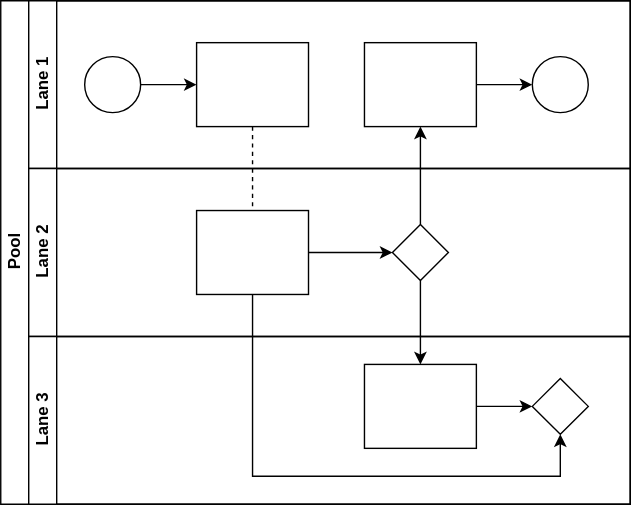
Before: EE_logic_diagram.drawio.svg, a diagram exported from draw.io (linview/octopus_cicd). Source tidied: cells renumbered, new cells last; positions are measured from the earlier drawing's top-left corner, leaving out a move shared by most shapes.
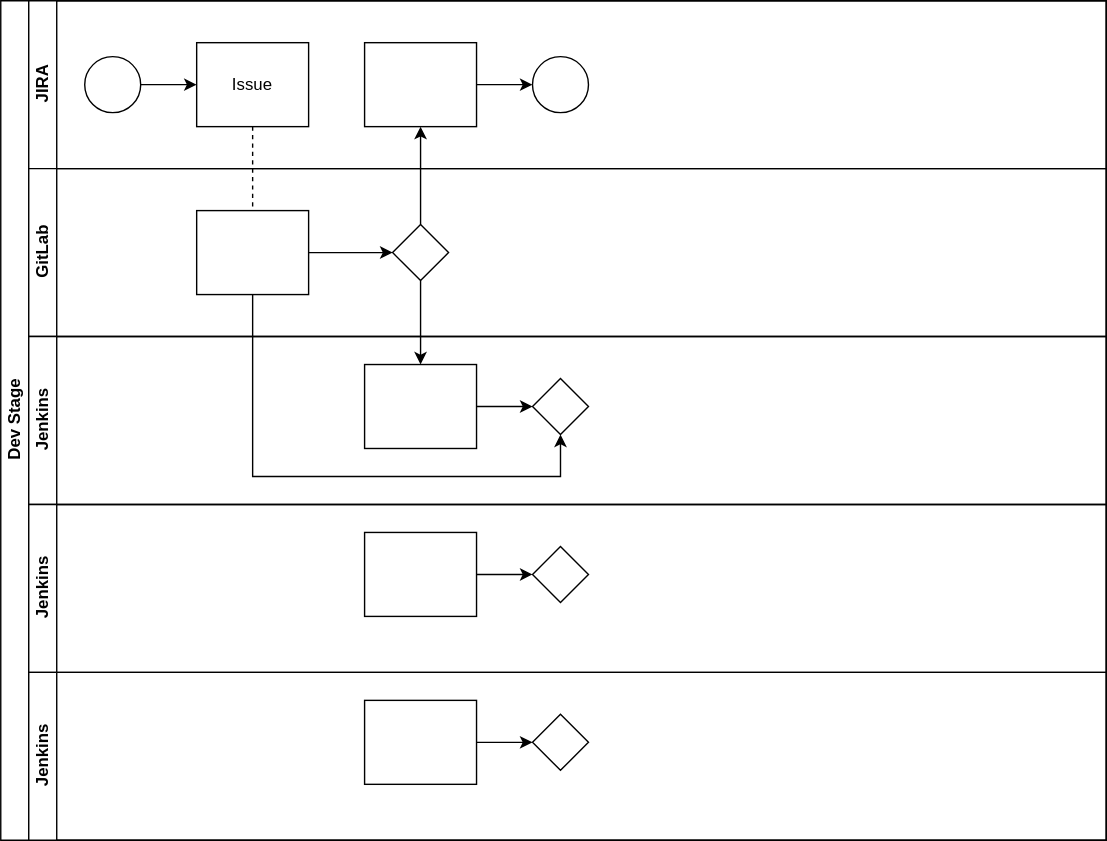
After the commit.

The edit, as a diff of the source:
```diff
@@ -2,8 +2,8 @@
   <root>
     <mxCell id="0" />
     <mxCell id="1" parent="0" />
-    <mxCell id="2" value="Pool" style="swimlane;html=1;horizontal=0;startSize=20;" parent="1" vertex="1">
-      <mxGeometry width="450" height="360" as="geometry" />
+    <mxCell id="2" value="Dev Stage" style="swimlane;html=1;horizontal=0;startSize=20;" parent="1" vertex="1">
+      <mxGeometry width="790" height="600" as="geometry" />
     </mxCell>
     <mxCell id="3" style="edgeStyle=orthogonalEdgeStyle;rounded=0;jettySize=auto;html=1;dashed=1;endArrow=none;endFill=0;" parent="2" edge="1" source="10" target="16">
       <mxGeometry relative="1" as="geometry" />
@@ -22,8 +22,8 @@
         </Array>
       </mxGeometry>
     </mxCell>
-    <mxCell id="7" value="Lane 1" style="swimlane;html=1;startSize=20;horizontal=0;" parent="2" vertex="1">
-      <mxGeometry x="20" width="430" height="120" as="geometry" />
+    <mxCell id="7" value="JIRA" style="swimlane;html=1;startSize=20;horizontal=0;" parent="2" vertex="1">
+      <mxGeometry x="20" width="770" height="120" as="geometry" />
     </mxCell>
     <mxCell id="8" style="edgeStyle=orthogonalEdgeStyle;rounded=0;jettySize=auto;html=1;" parent="7" edge="1" source="9" target="10">
       <mxGeometry relative="1" as="geometry" />
@@ -31,7 +31,7 @@
     <mxCell id="9" style="ellipse;whiteSpace=wrap;html=1;" parent="7" vertex="1">
       <mxGeometry x="40" y="40" width="40" height="40" as="geometry" />
     </mxCell>
-    <mxCell id="10" style="rounded=0;whiteSpace=wrap;html=1;fontFamily=Helvetica;fontSize=12;fontColor=#000000;align=center;" parent="7" vertex="1">
+    <mxCell id="10" value="Issue" style="rounded=0;whiteSpace=wrap;html=1;fontFamily=Helvetica;fontSize=12;fontColor=#000000;align=center;" parent="7" vertex="1">
       <mxGeometry x="120" y="30" width="80" height="60" as="geometry" />
     </mxCell>
     <mxCell id="11" style="edgeStyle=orthogonalEdgeStyle;rounded=0;jettySize=auto;html=1;endArrow=classic;endFill=1;" parent="7" edge="1" source="12" target="13">
@@ -43,8 +43,8 @@
     <mxCell id="13" style="ellipse;whiteSpace=wrap;html=1;" parent="7" vertex="1">
       <mxGeometry x="360" y="40" width="40" height="40" as="geometry" />
     </mxCell>
-    <mxCell id="14" value="Lane 2" style="swimlane;html=1;startSize=20;horizontal=0;" parent="2" vertex="1">
-      <mxGeometry x="20" y="120" width="430" height="120" as="geometry" />
+    <mxCell id="14" value="GitLab" style="swimlane;html=1;startSize=20;horizontal=0;" parent="2" vertex="1">
+      <mxGeometry x="20" y="120" width="770" height="120" as="geometry" />
     </mxCell>
     <mxCell id="15" style="edgeStyle=orthogonalEdgeStyle;rounded=0;jettySize=auto;html=1;endArrow=classic;endFill=1;" parent="14" edge="1" source="16" target="17">
       <mxGeometry relative="1" as="geometry" />
@@ -55,8 +55,8 @@
     <mxCell id="17" style="rhombus;whiteSpace=wrap;html=1;fontFamily=Helvetica;fontSize=12;fontColor=#000000;align=center;" parent="14" vertex="1">
       <mxGeometry x="260" y="40" width="40" height="40" as="geometry" />
     </mxCell>
-    <mxCell id="18" value="Lane 3" style="swimlane;html=1;startSize=20;horizontal=0;" parent="2" vertex="1">
-      <mxGeometry x="20" y="240" width="430" height="120" as="geometry" />
+    <mxCell id="18" value="Jenkins" style="swimlane;html=1;startSize=20;horizontal=0;" parent="2" vertex="1">
+      <mxGeometry x="20" y="240" width="770" height="120" as="geometry" />
     </mxCell>
     <mxCell id="19" style="edgeStyle=orthogonalEdgeStyle;rounded=0;jettySize=auto;html=1;endArrow=classic;endFill=1;" parent="18" edge="1" source="20" target="21">
       <mxGeometry relative="1" as="geometry" />
@@ -67,5 +67,29 @@
     <mxCell id="21" style="rhombus;whiteSpace=wrap;html=1;fontFamily=Helvetica;fontSize=12;fontColor=#000000;align=center;" parent="18" vertex="1">
       <mxGeometry x="360" y="30" width="40" height="40" as="geometry" />
     </mxCell>
+    <mxCell id="22" value="Jenkins" style="swimlane;html=1;startSize=20;horizontal=0;" parent="2" vertex="1">
+      <mxGeometry x="20" y="360" width="770" height="120" as="geometry" />
+    </mxCell>
+    <mxCell id="23" style="edgeStyle=orthogonalEdgeStyle;rounded=0;jettySize=auto;html=1;endArrow=classic;endFill=1;" parent="22" edge="1" source="24" target="25">
+      <mxGeometry relative="1" as="geometry" />
+    </mxCell>
+    <mxCell id="24" style="rounded=0;whiteSpace=wrap;html=1;fontFamily=Helvetica;fontSize=12;fontColor=#000000;align=center;" parent="22" vertex="1">
+      <mxGeometry x="240" y="20" width="80" height="60" as="geometry" />
+    </mxCell>
+    <mxCell id="25" style="rhombus;whiteSpace=wrap;html=1;fontFamily=Helvetica;fontSize=12;fontColor=#000000;align=center;" parent="22" vertex="1">
+      <mxGeometry x="360" y="30" width="40" height="40" as="geometry" />
+    </mxCell>
+    <mxCell id="26" value="Jenkins" style="swimlane;html=1;startSize=20;horizontal=0;" parent="2" vertex="1">
+      <mxGeometry x="20" y="480" width="770" height="120" as="geometry" />
+    </mxCell>
+    <mxCell id="27" style="edgeStyle=orthogonalEdgeStyle;rounded=0;jettySize=auto;html=1;endArrow=classic;endFill=1;" parent="26" edge="1" source="28" target="29">
+      <mxGeometry relative="1" as="geometry" />
+    </mxCell>
+    <mxCell id="28" style="rounded=0;whiteSpace=wrap;html=1;fontFamily=Helvetica;fontSize=12;fontColor=#000000;align=center;" parent="26" vertex="1">
+      <mxGeometry x="240" y="20" width="80" height="60" as="geometry" />
+    </mxCell>
+    <mxCell id="29" style="rhombus;whiteSpace=wrap;html=1;fontFamily=Helvetica;fontSize=12;fontColor=#000000;align=center;" parent="26" vertex="1">
+      <mxGeometry x="360" y="30" width="40" height="40" as="geometry" />
+    </mxCell>
   </root>
 </mxGraphModel>
```
